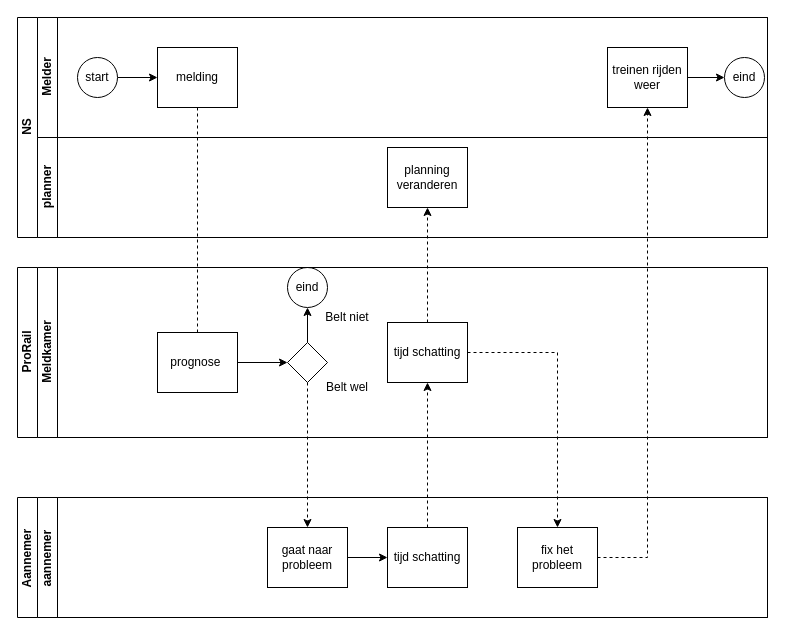
Above: BPMN.drawio in MightyPiggie/data-driven-bussines-ai-2024 (draw.io), before the change. Source tidied: cells renumbered, new cells numbered last; positions are measured from the earlier drawing's top-left corner, leaving out a move shared by most shapes. Both pictures are drawn from the tidied source at 100%, with x=0, y=0 at pixel (17, 17).
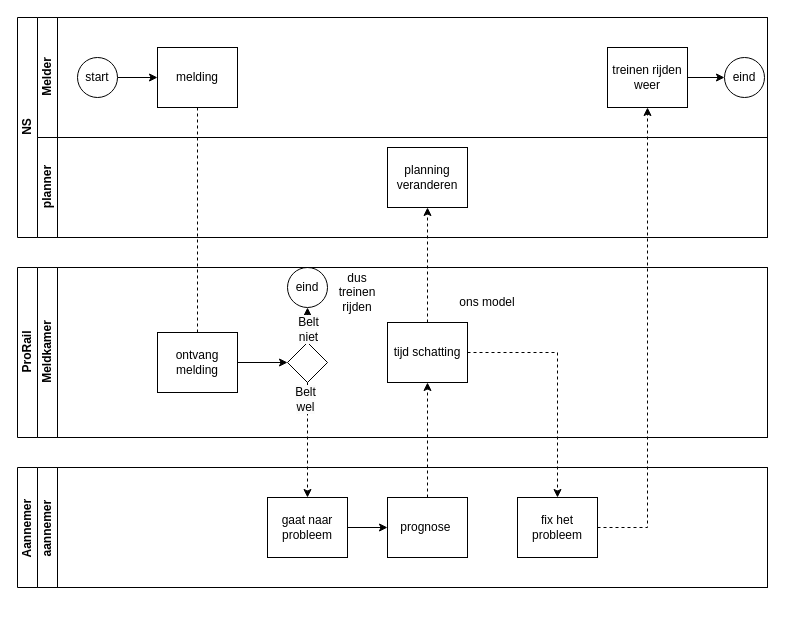
The same diagram, later.

Unchanged cells that the change refers to:
```xml
<mxCell id="15" value="Meldkamer" style="swimlane;startSize=20;horizontal=0;html=1;" parent="14" vertex="1">
  <mxGeometry x="20" width="730" height="170" as="geometry" />
</mxCell>
<mxCell id="23" value="aannemer&amp;nbsp;" style="swimlane;startSize=20;horizontal=0;html=1;" parent="22" vertex="1">
  <mxGeometry x="20" width="730" height="120" as="geometry" />
</mxCell>
<mxCell id="28" style="edgeStyle=orthogonalEdgeStyle;rounded=0;jettySize=auto;html=1;" parent="1" edge="1" source="18" target="12">
  <mxGeometry relative="1" as="geometry" />
</mxCell>
<mxCell id="29" style="edgeStyle=orthogonalEdgeStyle;rounded=0;jettySize=auto;html=1;dashed=1;entryX=0.5;entryY=0;entryDx=0;entryDy=0;" parent="1" edge="1" source="18" target="24">
  <mxGeometry relative="1" as="geometry" />
</mxCell>
```

The edit, as a diff of the source:
```diff
@@
-    <mxCell id="17" value="prognose&amp;nbsp;" style="rounded=0;whiteSpace=wrap;html=1;fontFamily=Helvetica;fontSize=12;fontColor=#000000;align=center;" parent="15" vertex="1">
+    <mxCell id="17" value="ontvang melding" style="rounded=0;whiteSpace=wrap;html=1;fontFamily=Helvetica;fontSize=12;fontColor=#000000;align=center;" parent="15" vertex="1">
       <mxGeometry x="120" y="65" width="80" height="60" as="geometry" />
     </mxCell>
@@
-    <mxCell id="19" value="Belt niet" style="text;html=1;align=center;verticalAlign=middle;whiteSpace=wrap;rounded=0;" parent="15" vertex="1">
-      <mxGeometry x="280" y="35" width="60" height="30" as="geometry" />
+    <mxCell id="19" value="dus treinen rijden" style="text;html=1;align=center;verticalAlign=middle;whiteSpace=wrap;rounded=0;" parent="15" vertex="1">
+      <mxGeometry x="290" y="10" width="60" height="30" as="geometry" />
     </mxCell>
-    <mxCell id="20" value="Belt wel" style="text;html=1;align=center;verticalAlign=middle;whiteSpace=wrap;rounded=0;" parent="15" vertex="1">
-      <mxGeometry x="280" y="105" width="60" height="30" as="geometry" />
-    </mxCell>
@@
+    <mxCell id="34" value="ons model" style="text;html=1;align=center;verticalAlign=middle;whiteSpace=wrap;rounded=0;" parent="15" vertex="1">
+      <mxGeometry x="420" y="20" width="60" height="30" as="geometry" />
+    </mxCell>
     <mxCell id="22" value="Aannemer&amp;nbsp;" style="swimlane;horizontal=0;startSize=20;html=1;" parent="1" vertex="1">
-      <mxGeometry y="480" width="750" height="120" as="geometry" />
+      <mxGeometry y="450" width="750" height="120" as="geometry" />
     </mxCell>
@@
-    <mxCell id="26" value="tijd schatting" style="rounded=0;whiteSpace=wrap;html=1;fontFamily=Helvetica;fontSize=12;fontColor=#000000;align=center;" parent="23" vertex="1">
+    <mxCell id="26" value="prognose&amp;nbsp;" style="rounded=0;whiteSpace=wrap;html=1;fontFamily=Helvetica;fontSize=12;fontColor=#000000;align=center;" parent="23" vertex="1">
       <mxGeometry x="350" y="30" width="80" height="60" as="geometry" />
     </mxCell>
@@
+    <mxCell id="35" value="&lt;span style=&quot;font-size: 12px; text-wrap: wrap; background-color: rgb(251, 251, 251);&quot;&gt;Belt niet&lt;/span&gt;" style="edgeLabel;html=1;align=center;verticalAlign=middle;" parent="28" vertex="1">
+      <mxGeometry x="-0.38" relative="1" as="geometry" />
+    </mxCell>
@@
+    <mxCell id="20" value="&lt;span style=&quot;font-size: 12px; text-wrap: wrap; background-color: rgb(251, 251, 251);&quot;&gt;Belt wel&lt;/span&gt;" style="edgeLabel;html=1;align=center;verticalAlign=middle;" parent="29" vertex="1">
+      <mxGeometry x="-0.73" y="-3" relative="1" as="geometry" />
+    </mxCell>
```
